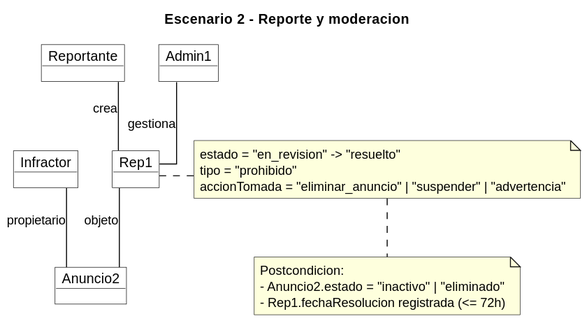
The PlantUML diagram recursos/Escenario2.svg in NBP6099/WallapopEstudiante, before a commit. Source of this version:
```plantuml
@startuml
title Escenario 2 - Reporte y moderacion
skinparam classAttributeIconSize 0
skinparam linetype ortho
skinparam defaultFontName Helvetica
skinparam objectBorderColor Black
skinparam objectBackgroundColor White
skinparam ArrowColor Black
skinparam Shadowing false

object Reportante
object Infractor
object Admin1
object Anuncio2
object Rep1

Reportante -- Rep1 : crea
Rep1 -- Anuncio2 : objeto
Infractor -- Anuncio2 : propietario
Admin1 -- Rep1 : gestiona

note right of Rep1
estado = "en_revision" -> "resuelto"
tipo = "prohibido"
accionTomada = "eliminar_anuncio" | "suspender" | "advertencia"
end note

note bottom
Postcondicion:
- Anuncio2.estado = "inactivo" | "eliminado"
- Rep1.fechaResolucion registrada (<= 72h)
end note
@enduml
```
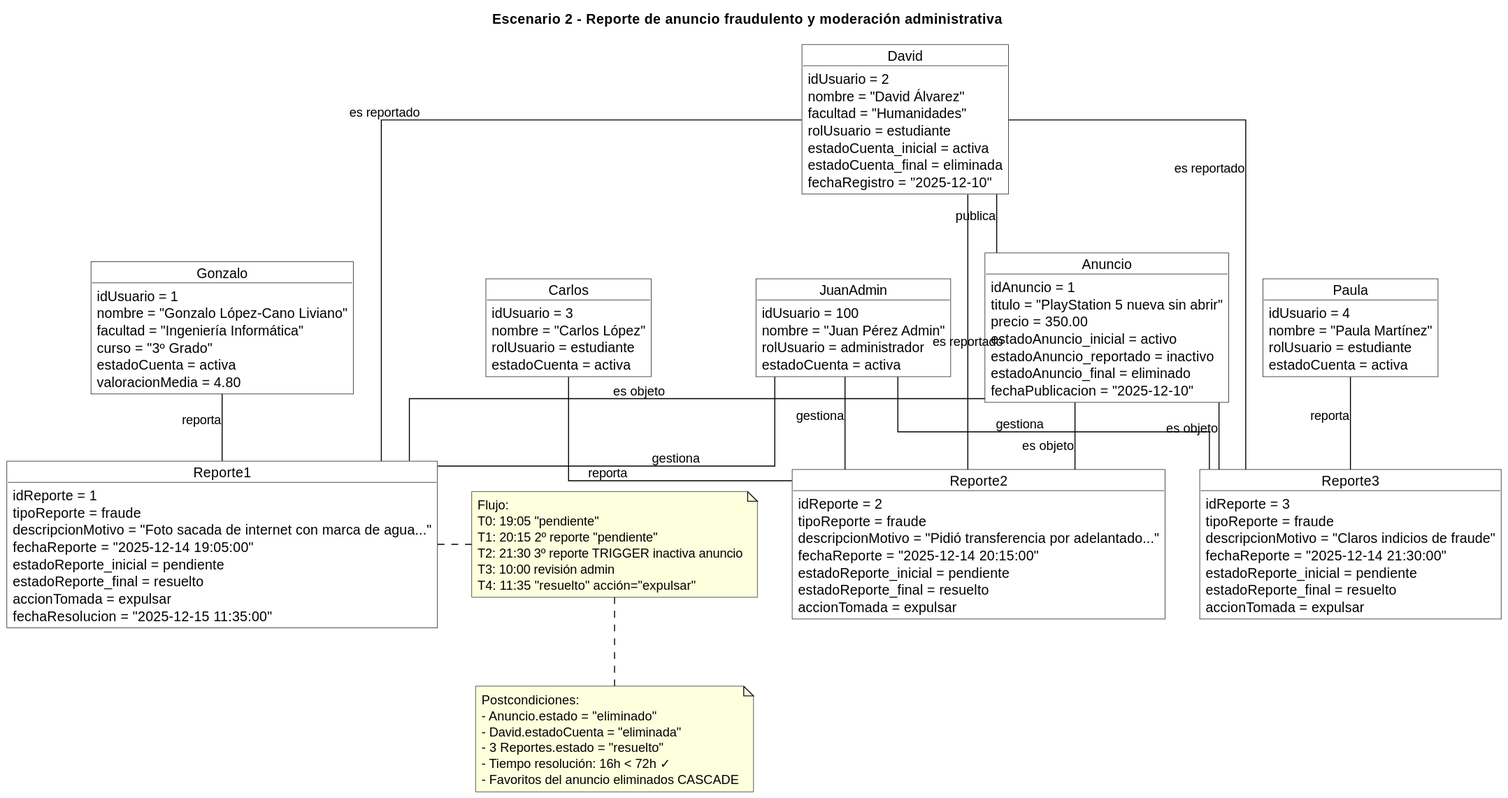
After the change.

Change to the diagram source:
```diff
@@ -1,5 +1,5 @@
 @startuml
-title Escenario 2 - Reporte y moderacion
+title Escenario 2 - Reporte de anuncio fraudulento y moderación administrativa
 skinparam classAttributeIconSize 0
 skinparam linetype ortho
 skinparam defaultFontName Helvetica
@@ -8,26 +8,119 @@
 skinparam ArrowColor Black
 skinparam Shadowing false
 
-object Reportante
-object Infractor
-object Admin1
-object Anuncio2
-object Rep1
+object Gonzalo {
+  idUsuario = 1
+  nombre = "Gonzalo López-Cano Liviano"
+  facultad = "Ingeniería Informática"
+  curso = "3º Grado"
+  estadoCuenta = activa
+  valoracionMedia = 4.80
+}
 
-Reportante -- Rep1 : crea
-Rep1 -- Anuncio2 : objeto
-Infractor -- Anuncio2 : propietario
-Admin1 -- Rep1 : gestiona
+object Carlos {
+  idUsuario = 3
+  nombre = "Carlos López"
+  rolUsuario = estudiante
+  estadoCuenta = activa
+}
 
-note right of Rep1
-estado = "en_revision" -> "resuelto"
-tipo = "prohibido"
-accionTomada = "eliminar_anuncio" | "suspender" | "advertencia"
+object Paula {
+  idUsuario = 4
+  nombre = "Paula Martínez"
+  rolUsuario = estudiante
+  estadoCuenta = activa
+}
+
+object David {
+  idUsuario = 2
+  nombre = "David Álvarez"
+  facultad = "Humanidades"
+  rolUsuario = estudiante
+  estadoCuenta_inicial = activa
+  estadoCuenta_final = eliminada
+  fechaRegistro = "2025-12-10"
+}
+
+object JuanAdmin {
+  idUsuario = 100
+  nombre = "Juan Pérez Admin"
+  rolUsuario = administrador
+  estadoCuenta = activa
+}
+
+object Anuncio {
+  idAnuncio = 1
+  titulo = "PlayStation 5 nueva sin abrir"
+  precio = 350.00
+  estadoAnuncio_inicial = activo
+  estadoAnuncio_reportado = inactivo
+  estadoAnuncio_final = eliminado
+  fechaPublicacion = "2025-12-10"
+}
+
+object Reporte1 {
+  idReporte = 1
+  tipoReporte = fraude
+  descripcionMotivo = "Foto sacada de internet con marca de agua..."
+  fechaReporte = "2025-12-14 19:05:00"
+  estadoReporte_inicial = pendiente
+  estadoReporte_final = resuelto
+  accionTomada = expulsar
+  fechaResolucion = "2025-12-15 11:35:00"
+}
+
+object Reporte2 {
+  idReporte = 2
+  tipoReporte = fraude
+  descripcionMotivo = "Pidió transferencia por adelantado..."
+  fechaReporte = "2025-12-14 20:15:00"
+  estadoReporte_inicial = pendiente
+  estadoReporte_final = resuelto
+  accionTomada = expulsar
+}
+
+object Reporte3 {
+  idReporte = 3
+  tipoReporte = fraude
+  descripcionMotivo = "Claros indicios de fraude"
+  fechaReporte = "2025-12-14 21:30:00"
+  estadoReporte_inicial = pendiente
+  estadoReporte_final = resuelto
+  accionTomada = expulsar
+}
+
+David -- Anuncio : publica
+Gonzalo -- Reporte1 : reporta
+Carlos -- Reporte2 : reporta
+Paula -- Reporte3 : reporta
+
+David -- Reporte1 : es reportado
+David -- Reporte2 : es reportado
+David -- Reporte3 : es reportado
+
+Anuncio -- Reporte1 : es objeto
+Anuncio -- Reporte2 : es objeto
+Anuncio -- Reporte3 : es objeto
+
+JuanAdmin -- Reporte1 : gestiona
+JuanAdmin -- Reporte2 : gestiona
+JuanAdmin -- Reporte3 : gestiona
+
+note right of Reporte1
+Flujo:
+T0: 19:05 "pendiente"
+T1: 20:15 2º reporte "pendiente"
+T2: 21:30 3º reporte TRIGGER inactiva anuncio
+T3: 10:00 revisión admin
+T4: 11:35 "resuelto" acción="expulsar"
 end note
 
 note bottom
-Postcondicion:
-- Anuncio2.estado = "inactivo" | "eliminado"
-- Rep1.fechaResolucion registrada (<= 72h)
+Postcondiciones:
+- Anuncio.estado = "eliminado"
+- David.estadoCuenta = "eliminada"
+- 3 Reportes.estado = "resuelto"
+- Tiempo resolución: 16h < 72h ✓
+- Favoritos del anuncio eliminados CASCADE
 end note
 @enduml
```
